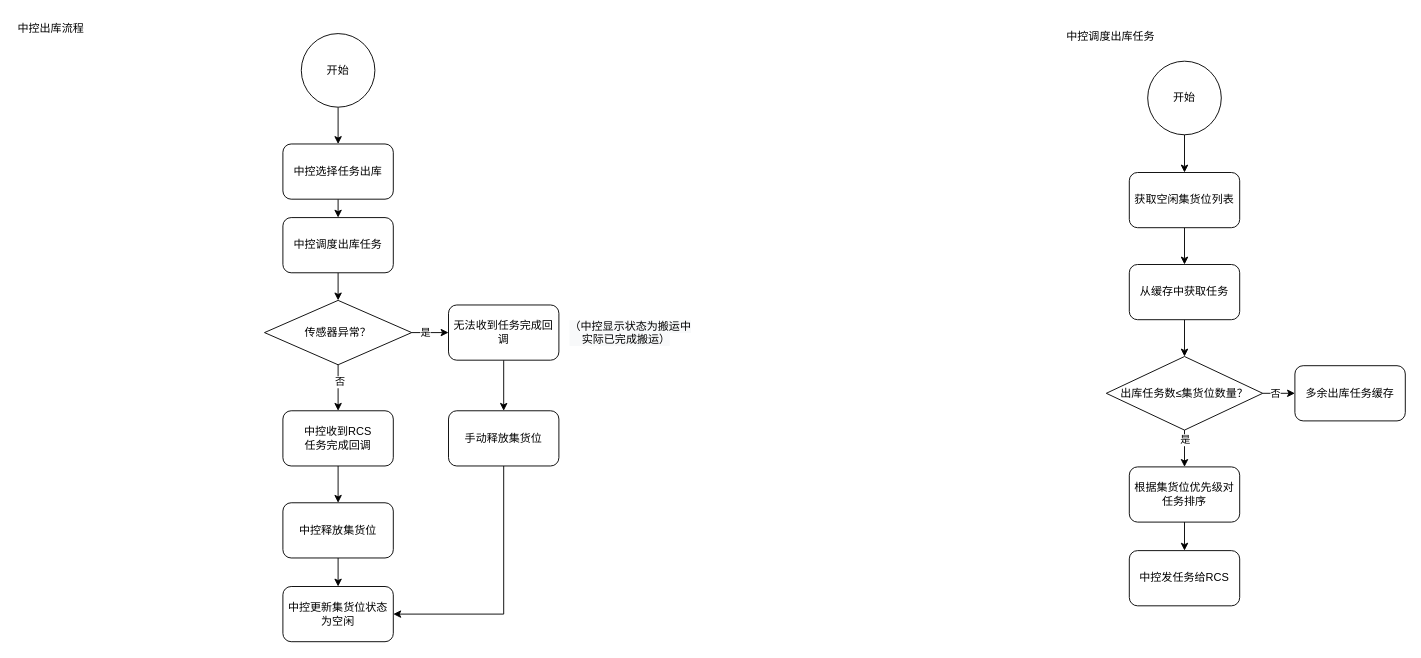
Above: 威海HP传感器CR流程图.drawio in FrankKirin/PM_works (draw.io), before the change. Source tidied: cells renumbered, new cells numbered last; positions are measured from the earlier drawing's top-left corner, leaving out a move shared by most shapes. Both pictures are drawn from the tidied source at 92%, with x=0, y=0 at pixel (16, 16).
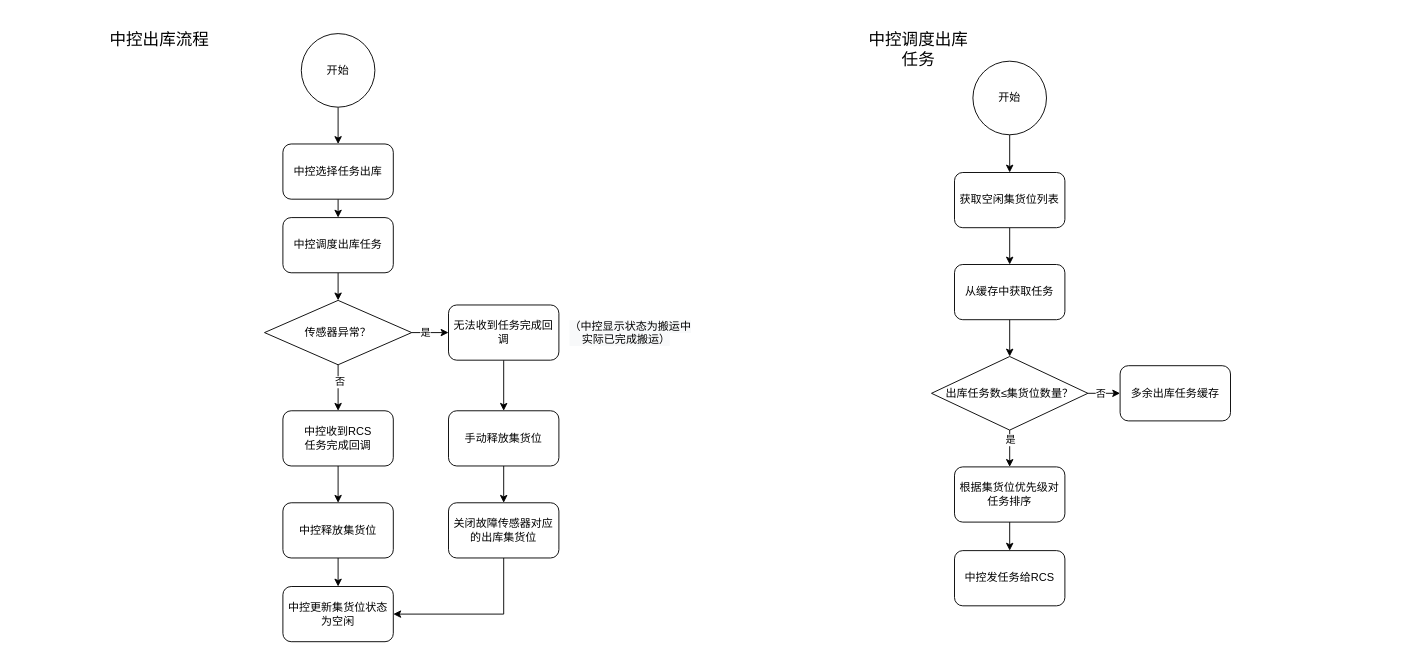
The same diagram, later.

Commit message:
Update 威海HP传感器CR流程图.drawio

Unchanged cells that the change refers to:
```xml
<mxCell id="28" value="中控更新集货位状态为空闲" style="rounded=1;whiteSpace=wrap;html=1;" parent="1" vertex="1">
  <mxGeometry x="290" y="620" width="120" height="60" as="geometry" />
</mxCell>
<mxCell id="39" value="手动释放集货位" style="rounded=1;whiteSpace=wrap;html=1;" parent="1" vertex="1">
  <mxGeometry x="470" y="429" width="120" height="60" as="geometry" />
</mxCell>
```

Change to the diagram source:
```diff
@@
-    <mxCell id="10" value="&lt;div style=&quot;text-align: center&quot;&gt;&lt;span&gt;&lt;font face=&quot;helvetica&quot;&gt;中控调度出库任务&lt;/font&gt;&lt;/span&gt;&lt;/div&gt;" style="text;whiteSpace=wrap;html=1;" parent="1" vertex="1">
-      <mxGeometry x="1140" y="9" width="120" height="30" as="geometry" />
+    <mxCell id="10" value="&lt;div style=&quot;text-align: center&quot;&gt;&lt;span&gt;&lt;font face=&quot;helvetica&quot; style=&quot;font-size: 18px&quot;&gt;中控调度出库任务&lt;/font&gt;&lt;/span&gt;&lt;/div&gt;" style="text;whiteSpace=wrap;html=1;" parent="1" vertex="1">
+      <mxGeometry x="920" y="9" width="120" height="30" as="geometry" />
     </mxCell>
-    <mxCell id="11" value="&lt;div style=&quot;text-align: center&quot;&gt;&lt;span&gt;&lt;font face=&quot;helvetica&quot;&gt;中控出库流程&lt;/font&gt;&lt;/span&gt;&lt;/div&gt;" style="text;whiteSpace=wrap;html=1;" parent="1" vertex="1">
-      <mxGeometry width="120" height="30" as="geometry" />
+    <mxCell id="11" value="&lt;div style=&quot;text-align: center&quot;&gt;&lt;span&gt;&lt;font face=&quot;helvetica&quot; style=&quot;font-size: 18px&quot;&gt;中控出库流程&lt;/font&gt;&lt;/span&gt;&lt;/div&gt;" style="text;whiteSpace=wrap;html=1;" parent="1" vertex="1">
+      <mxGeometry x="100" y="9" width="120" height="30" as="geometry" />
     </mxCell>
@@
     <mxCell id="13" value="开始" style="ellipse;whiteSpace=wrap;html=1;" parent="1" vertex="1">
-      <mxGeometry x="1230" y="49" width="80" height="80" as="geometry" />
+      <mxGeometry x="1040" y="49" width="80" height="80" as="geometry" />
     </mxCell>
@@
     <mxCell id="18" value="出库任务数≤集货位数量？" style="rhombus;whiteSpace=wrap;html=1;" parent="1" vertex="1">
-      <mxGeometry x="1185" y="370" width="170" height="80" as="geometry" />
+      <mxGeometry x="995" y="370" width="170" height="80" as="geometry" />
     </mxCell>
     <mxCell id="19" value="多余出库任务缓存" style="rounded=1;whiteSpace=wrap;html=1;" parent="1" vertex="1">
-      <mxGeometry x="1390" y="380" width="120" height="60" as="geometry" />
+      <mxGeometry x="1200" y="380" width="120" height="60" as="geometry" />
     </mxCell>
@@
     <mxCell id="21" value="根据集货位优先级对任务排序" style="rounded=1;whiteSpace=wrap;html=1;" parent="1" vertex="1">
-      <mxGeometry x="1210" y="490" width="120" height="60" as="geometry" />
+      <mxGeometry x="1020" y="490" width="120" height="60" as="geometry" />
     </mxCell>
     <mxCell id="22" value="中控发任务给RCS" style="rounded=1;whiteSpace=wrap;html=1;" parent="1" vertex="1">
-      <mxGeometry x="1210" y="581" width="120" height="60" as="geometry" />
+      <mxGeometry x="1020" y="581" width="120" height="60" as="geometry" />
     </mxCell>
@@
     <mxCell id="25" value="获取空闲集货位列表" style="rounded=1;whiteSpace=wrap;html=1;" parent="1" vertex="1">
-      <mxGeometry x="1210" y="170" width="120" height="60" as="geometry" />
+      <mxGeometry x="1020" y="170" width="120" height="60" as="geometry" />
     </mxCell>
@@
     <mxCell id="27" value="从缓存中获取任务" style="rounded=1;whiteSpace=wrap;html=1;" parent="1" vertex="1">
-      <mxGeometry x="1210" y="270" width="120" height="60" as="geometry" />
+      <mxGeometry x="1020" y="270" width="120" height="60" as="geometry" />
     </mxCell>
@@
-    <mxCell id="38" style="edgeStyle=orthogonalEdgeStyle;rounded=0;jettySize=auto;html=1;exitX=0.5;exitY=1;exitDx=0;exitDy=0;entryX=1;entryY=0.5;entryDx=0;entryDy=0;" parent="1" edge="1" source="39" target="28">
-      <mxGeometry relative="1" as="geometry" />
-    </mxCell>
+    <mxCell id="41" style="edgeStyle=orthogonalEdgeStyle;rounded=0;jettySize=auto;html=1;exitX=0.5;exitY=1;exitDx=0;exitDy=0;entryX=0.5;entryY=0;entryDx=0;entryDy=0;" parent="1" edge="1" source="39" target="43">
+      <mxGeometry relative="1" as="geometry" />
+    </mxCell>
@@
+    <mxCell id="42" style="edgeStyle=orthogonalEdgeStyle;rounded=0;jettySize=auto;html=1;exitX=0.5;exitY=1;exitDx=0;exitDy=0;entryX=1;entryY=0.5;entryDx=0;entryDy=0;" parent="1" edge="1" source="43" target="28">
+      <mxGeometry relative="1" as="geometry" />
+    </mxCell>
+    <mxCell id="43" value="关闭故障传感器对应的出库集货位" style="rounded=1;whiteSpace=wrap;html=1;" parent="1" vertex="1">
+      <mxGeometry x="470" y="529" width="120" height="60" as="geometry" />
+    </mxCell>
```
